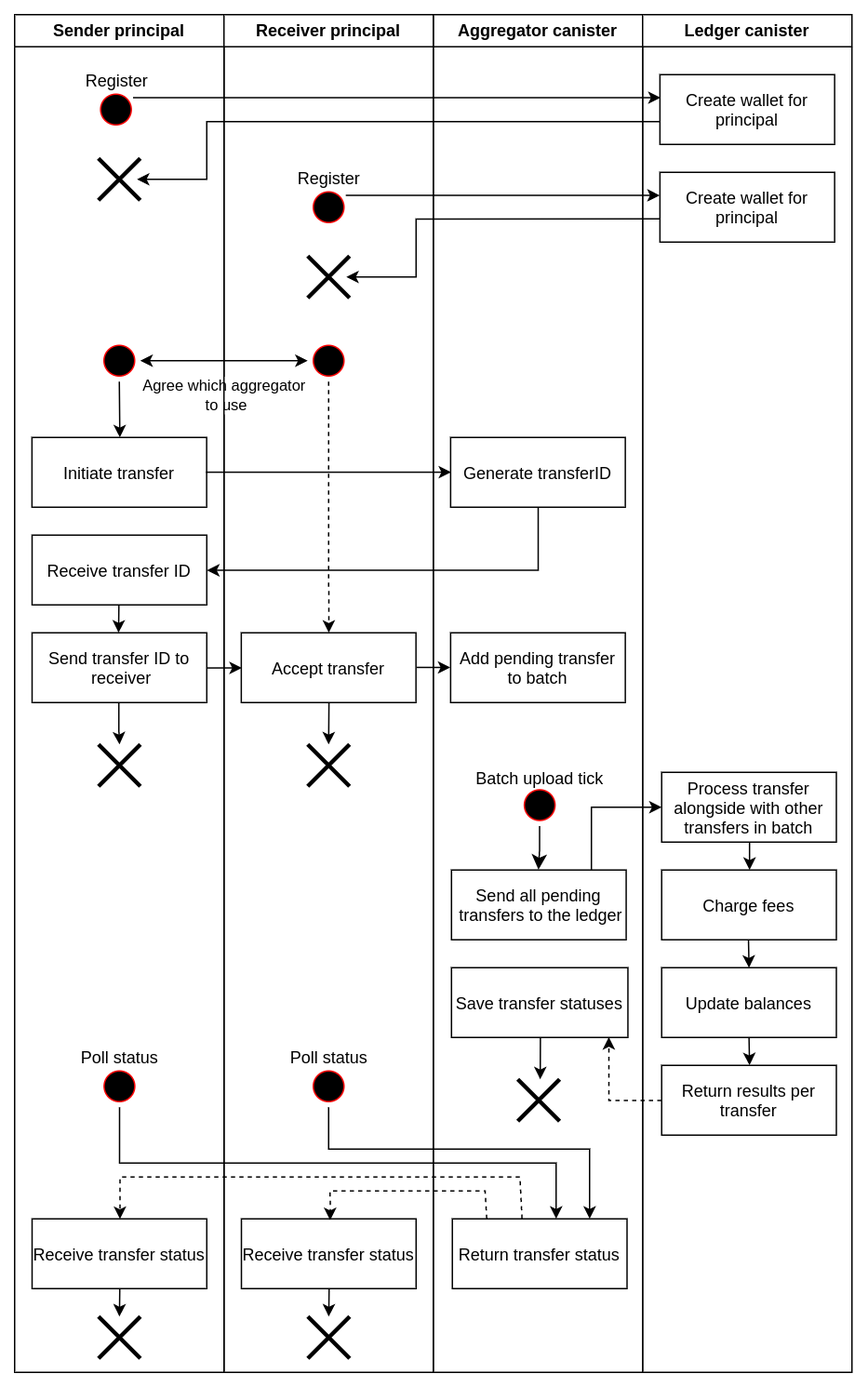
Before: .github/assets/flow.drawio.png, a diagram exported from draw.io (research-ag/hpl). Source tidied: cells renumbered, new cells last; positions are measured from the earlier drawing's top-left corner, leaving out a move shared by most shapes.
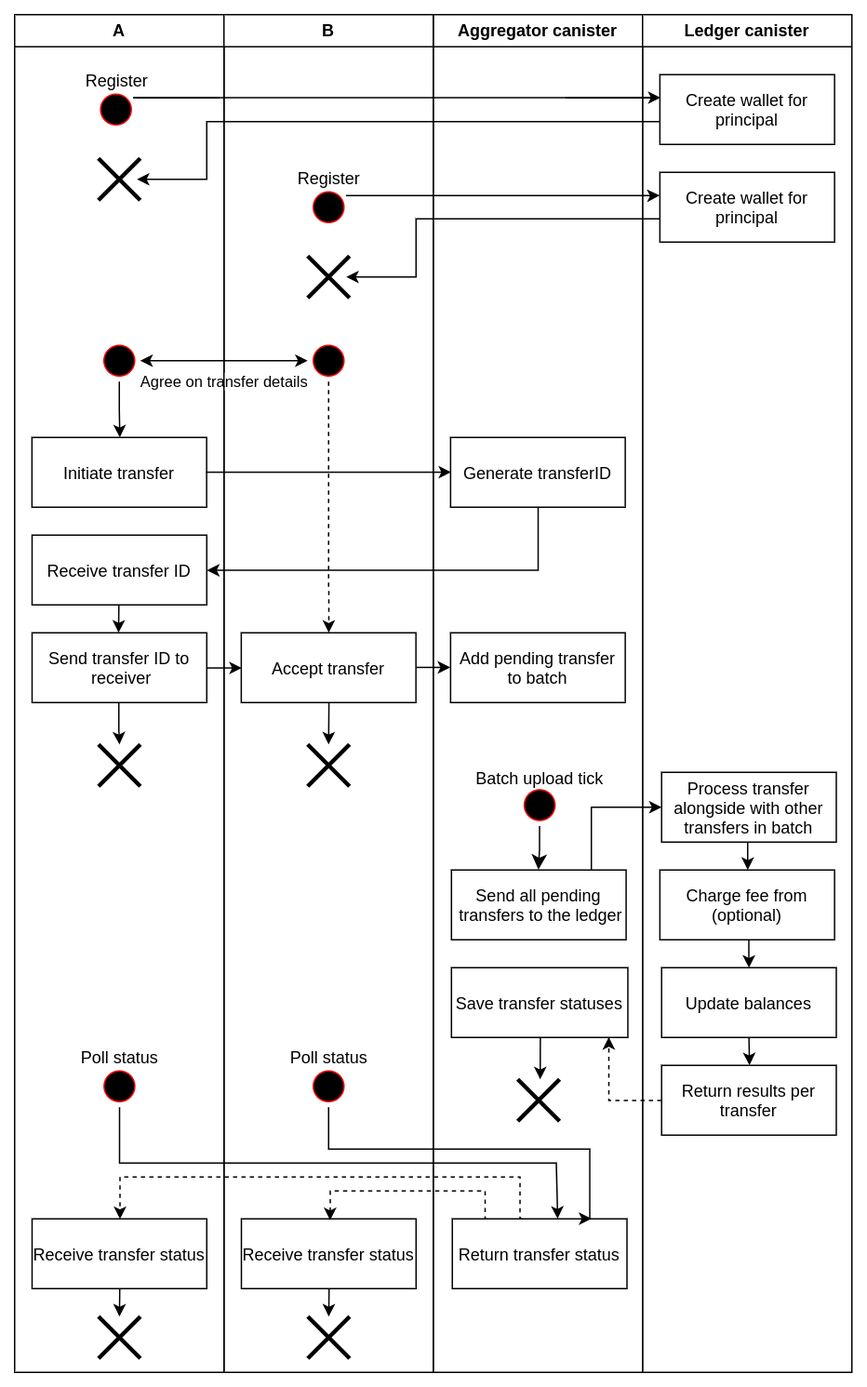
Above is the later version.

What changed in the source:
```diff
@@ -37,7 +37,7 @@
         <mxPoint x="76.6" y="763" as="targetPoint" />
       </mxGeometry>
     </mxCell>
-    <mxCell id="13" value="Sender principal" style="swimlane;whiteSpace=wrap;" parent="1" vertex="1">
+    <mxCell id="13" value="A" style="swimlane;whiteSpace=wrap;" parent="1" vertex="1">
       <mxGeometry width="150" height="973" as="geometry" />
     </mxCell>
     <mxCell id="14" value="Initiate transfer" parent="13" vertex="1">
@@ -90,10 +90,10 @@
     <mxCell id="29" style="shape=umlDestroy;whiteSpace=wrap;html=1;strokeWidth=3;fillColor=#FF6666;" parent="13" vertex="1">
       <mxGeometry x="60" y="103" width="30" height="30" as="geometry" />
     </mxCell>
-    <mxCell id="30" value="Agree which aggregator&lt;br&gt;&amp;nbsp;to use" style="edgeStyle=orthogonalEdgeStyle;rounded=0;jettySize=auto;html=1;entryX=0;entryY=0.5;entryDx=0;entryDy=0;startArrow=classic;startFill=1;exitX=1;exitY=0.5;exitDx=0;exitDy=0;" parent="1" edge="1" source="25" target="37">
-      <mxGeometry y="-25" relative="1" as="geometry" />
+    <mxCell id="30" value="Agree on transfer details" style="edgeStyle=orthogonalEdgeStyle;rounded=0;jettySize=auto;html=1;entryX=0;entryY=0.5;entryDx=0;entryDy=0;startArrow=classic;startFill=1;exitX=1;exitY=0.5;exitDx=0;exitDy=0;" parent="1" edge="1" source="25" target="37">
+      <mxGeometry y="-15" relative="1" as="geometry" />
     </mxCell>
-    <mxCell id="31" value="Receiver principal" style="swimlane;whiteSpace=wrap;startSize=23;" parent="1" vertex="1">
+    <mxCell id="31" value="B" style="swimlane;whiteSpace=wrap;startSize=23;" parent="1" vertex="1">
       <mxGeometry x="150" width="150" height="973" as="geometry" />
     </mxCell>
     <mxCell id="32" style="edgeStyle=orthogonalEdgeStyle;rounded=0;jettySize=auto;html=1;fontColor=#FF0000;startArrow=none;startFill=0;endArrow=classic;endFill=1;strokeColor=#000000;exitX=0.502;exitY=0.996;exitDx=0;exitDy=0;exitPerimeter=0;" parent="31" edge="1" source="33">
@@ -170,8 +170,8 @@
     <mxCell id="53" style="edgeStyle=orthogonalEdgeStyle;rounded=0;jettySize=auto;html=1;entryX=0.5;entryY=0.001;entryDx=0;entryDy=0;entryPerimeter=0;startArrow=none;startFill=0;endArrow=classic;endFill=1;strokeColor=#000000;exitX=0.497;exitY=1.001;exitDx=0;exitDy=0;exitPerimeter=0;" parent="48" edge="1" source="54" target="55">
       <mxGeometry relative="1" as="geometry" />
     </mxCell>
-    <mxCell id="54" value="Charge fees" parent="48" vertex="1">
-      <mxGeometry x="13.6" y="613" width="125.2" height="50" as="geometry" />
+    <mxCell id="54" value="Charge fee from &#10;(optional)" parent="48" vertex="1">
+      <mxGeometry x="12.4" y="613" width="125.2" height="50" as="geometry" />
     </mxCell>
     <mxCell id="55" value="Update balances" parent="48" vertex="1">
       <mxGeometry x="13.6" y="683" width="125.2" height="50" as="geometry" />
```
